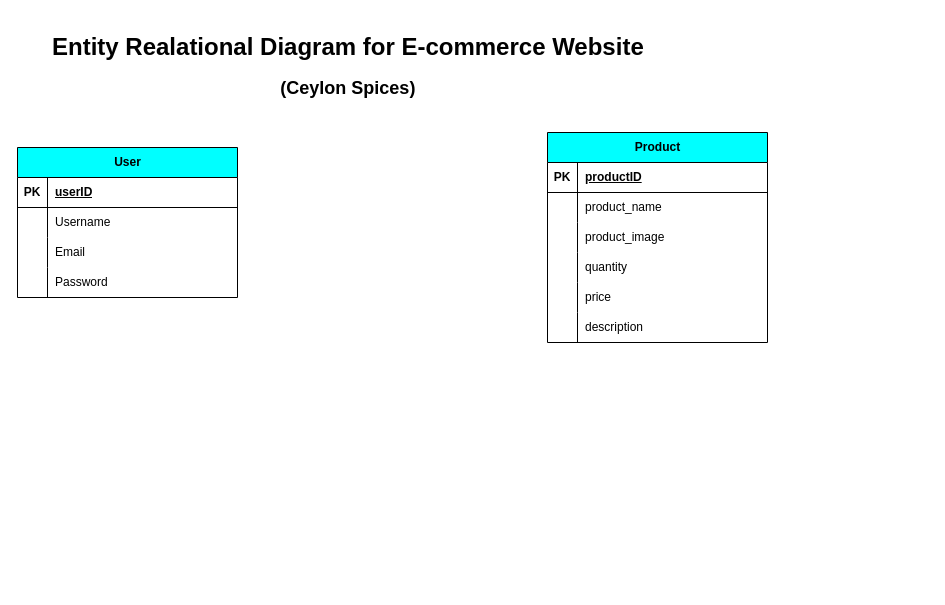
The draw.io diagram Entity Relational Digram - Ecommerce.drawio in bytecode95/Design-E-commerce-database, before the edit. Source tidied: cells renumbered, new cells numbered last; positions are measured from the earlier drawing's top-left corner, leaving out a move shared by most shapes. Both pictures are drawn from the tidied source at 100%, with x=0, y=0 at pixel (17, 27).
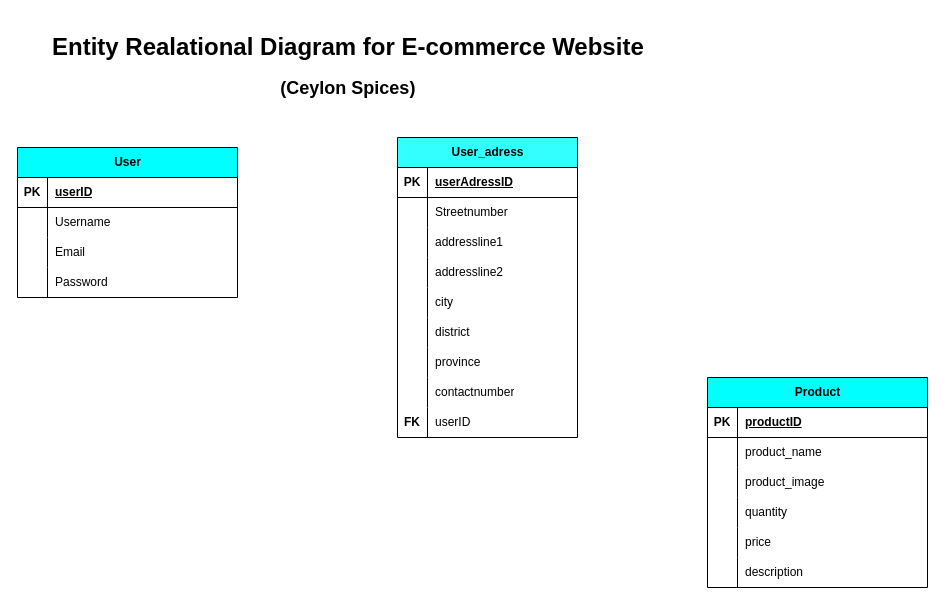
Above is the later version.

What changed in the source:
```diff
@@
     <mxCell id="16" value="Product" style="shape=table;startSize=30;childLayout=tableLayout;rowLines=0;fontStyle=1;align=center;html=1;fillColor=#00FFFF;" parent="1" vertex="1">
-      <mxGeometry x="530" y="105" width="220" height="210" as="geometry" />
+      <mxGeometry x="690" y="350" width="220" height="210" as="geometry" />
     </mxCell>
@@
+    <mxCell id="35" value="User_adress" style="shape=table;startSize=30;childLayout=tableLayout;rowLines=0;fontStyle=1;align=center;html=1;fillColor=#33FFFF;" parent="1" vertex="1">
+      <mxGeometry x="380" y="110" width="180" height="300" as="geometry" />
+    </mxCell>
+    <mxCell id="36" style="shape=tableRow;horizontal=0;startSize=0;swimlaneHead=0;swimlaneBody=0;fillColor=none;top=0;left=0;right=0;bottom=1;" parent="35" vertex="1">
+      <mxGeometry y="30" width="180" height="30" as="geometry" />
+    </mxCell>
+    <mxCell id="37" value="PK" style="shape=partialRectangle;fillColor=none;top=0;left=0;bottom=0;right=0;fontStyle=1;overflow=hidden;whiteSpace=wrap;html=1;" parent="36" vertex="1">
+      <mxGeometry width="30" height="30" as="geometry" />
+    </mxCell>
+    <mxCell id="38" value="userAdressID" style="shape=partialRectangle;fillColor=none;top=0;left=0;bottom=0;right=0;align=left;spacingLeft=6;fontStyle=5;overflow=hidden;whiteSpace=wrap;html=1;" parent="36" vertex="1">
+      <mxGeometry x="30" width="150" height="30" as="geometry" />
+    </mxCell>
+    <mxCell id="39" style="shape=tableRow;horizontal=0;startSize=0;swimlaneHead=0;swimlaneBody=0;fillColor=none;top=0;left=0;right=0;bottom=0;" parent="35" vertex="1">
+      <mxGeometry y="60" width="180" height="30" as="geometry" />
+    </mxCell>
+    <mxCell id="40" style="shape=partialRectangle;fillColor=none;top=0;left=0;bottom=0;right=0;overflow=hidden;whiteSpace=wrap;html=1;" parent="39" vertex="1">
+      <mxGeometry width="30" height="30" as="geometry" />
+    </mxCell>
+    <mxCell id="41" value="Streetnumber" style="shape=partialRectangle;fillColor=none;top=0;left=0;bottom=0;right=0;align=left;spacingLeft=6;overflow=hidden;whiteSpace=wrap;html=1;" parent="39" vertex="1">
+      <mxGeometry x="30" width="150" height="30" as="geometry" />
+    </mxCell>
+    <mxCell id="42" style="shape=tableRow;horizontal=0;startSize=0;swimlaneHead=0;swimlaneBody=0;fillColor=none;top=0;left=0;right=0;bottom=0;" parent="35" vertex="1">
+      <mxGeometry y="90" width="180" height="30" as="geometry" />
+    </mxCell>
+    <mxCell id="43" style="shape=partialRectangle;fillColor=none;top=0;left=0;bottom=0;right=0;overflow=hidden;whiteSpace=wrap;html=1;" parent="42" vertex="1">
+      <mxGeometry width="30" height="30" as="geometry" />
+    </mxCell>
+    <mxCell id="44" value="addressline1" style="shape=partialRectangle;fillColor=none;top=0;left=0;bottom=0;right=0;align=left;spacingLeft=6;overflow=hidden;whiteSpace=wrap;html=1;" parent="42" vertex="1">
+      <mxGeometry x="30" width="150" height="30" as="geometry" />
+    </mxCell>
+    <mxCell id="45" style="shape=tableRow;horizontal=0;startSize=0;swimlaneHead=0;swimlaneBody=0;fillColor=none;top=0;left=0;right=0;bottom=0;" parent="35" vertex="1">
+      <mxGeometry y="120" width="180" height="30" as="geometry" />
+    </mxCell>
+    <mxCell id="46" style="shape=partialRectangle;fillColor=none;top=0;left=0;bottom=0;right=0;overflow=hidden;whiteSpace=wrap;html=1;" parent="45" vertex="1">
+      <mxGeometry width="30" height="30" as="geometry" />
+    </mxCell>
+    <mxCell id="47" value="addressline2" style="shape=partialRectangle;fillColor=none;top=0;left=0;bottom=0;right=0;align=left;spacingLeft=6;overflow=hidden;whiteSpace=wrap;html=1;" parent="45" vertex="1">
+      <mxGeometry x="30" width="150" height="30" as="geometry" />
+    </mxCell>
+    <mxCell id="48" style="shape=tableRow;horizontal=0;startSize=0;swimlaneHead=0;swimlaneBody=0;fillColor=none;top=0;left=0;right=0;bottom=0;" parent="35" vertex="1">
+      <mxGeometry y="150" width="180" height="30" as="geometry" />
+    </mxCell>
+    <mxCell id="49" style="shape=partialRectangle;fillColor=none;top=0;left=0;bottom=0;right=0;overflow=hidden;whiteSpace=wrap;html=1;" parent="48" vertex="1">
+      <mxGeometry width="30" height="30" as="geometry" />
+    </mxCell>
+    <mxCell id="50" value="city" style="shape=partialRectangle;fillColor=none;top=0;left=0;bottom=0;right=0;align=left;spacingLeft=6;overflow=hidden;whiteSpace=wrap;html=1;" parent="48" vertex="1">
+      <mxGeometry x="30" width="150" height="30" as="geometry" />
+    </mxCell>
+    <mxCell id="51" style="shape=tableRow;horizontal=0;startSize=0;swimlaneHead=0;swimlaneBody=0;fillColor=none;top=0;left=0;right=0;bottom=0;" parent="35" vertex="1">
+      <mxGeometry y="180" width="180" height="30" as="geometry" />
+    </mxCell>
+    <mxCell id="52" style="shape=partialRectangle;fillColor=none;top=0;left=0;bottom=0;right=0;overflow=hidden;whiteSpace=wrap;html=1;" parent="51" vertex="1">
+      <mxGeometry width="30" height="30" as="geometry" />
+    </mxCell>
+    <mxCell id="53" value="district" style="shape=partialRectangle;fillColor=none;top=0;left=0;bottom=0;right=0;align=left;spacingLeft=6;overflow=hidden;whiteSpace=wrap;html=1;" parent="51" vertex="1">
+      <mxGeometry x="30" width="150" height="30" as="geometry" />
+    </mxCell>
+    <mxCell id="54" style="shape=tableRow;horizontal=0;startSize=0;swimlaneHead=0;swimlaneBody=0;fillColor=none;top=0;left=0;right=0;bottom=0;" parent="35" vertex="1">
+      <mxGeometry y="210" width="180" height="30" as="geometry" />
+    </mxCell>
+    <mxCell id="55" style="shape=partialRectangle;fillColor=none;top=0;left=0;bottom=0;right=0;overflow=hidden;whiteSpace=wrap;html=1;" parent="54" vertex="1">
+      <mxGeometry width="30" height="30" as="geometry" />
+    </mxCell>
+    <mxCell id="56" value="province" style="shape=partialRectangle;fillColor=none;top=0;left=0;bottom=0;right=0;align=left;spacingLeft=6;overflow=hidden;whiteSpace=wrap;html=1;" parent="54" vertex="1">
+      <mxGeometry x="30" width="150" height="30" as="geometry" />
+    </mxCell>
+    <mxCell id="57" style="shape=tableRow;horizontal=0;startSize=0;swimlaneHead=0;swimlaneBody=0;fillColor=none;top=0;left=0;right=0;bottom=0;" parent="35" vertex="1">
+      <mxGeometry y="240" width="180" height="30" as="geometry" />
+    </mxCell>
+    <mxCell id="58" style="shape=partialRectangle;fillColor=none;top=0;left=0;bottom=0;right=0;overflow=hidden;whiteSpace=wrap;html=1;" parent="57" vertex="1">
+      <mxGeometry width="30" height="30" as="geometry" />
+    </mxCell>
+    <mxCell id="59" value="contactnumber" style="shape=partialRectangle;fillColor=none;top=0;left=0;bottom=0;right=0;align=left;spacingLeft=6;overflow=hidden;whiteSpace=wrap;html=1;" parent="57" vertex="1">
+      <mxGeometry x="30" width="150" height="30" as="geometry" />
+    </mxCell>
+    <mxCell id="60" style="shape=tableRow;horizontal=0;startSize=0;swimlaneHead=0;swimlaneBody=0;fillColor=none;top=0;left=0;right=0;bottom=0;" parent="35" vertex="1">
+      <mxGeometry y="270" width="180" height="30" as="geometry" />
+    </mxCell>
+    <mxCell id="61" value="&lt;b&gt;FK&lt;/b&gt;" style="shape=partialRectangle;fillColor=none;top=0;left=0;bottom=0;right=0;overflow=hidden;whiteSpace=wrap;html=1;" parent="60" vertex="1">
+      <mxGeometry width="30" height="30" as="geometry" />
+    </mxCell>
+    <mxCell id="62" value="userID" style="shape=partialRectangle;fillColor=none;top=0;left=0;bottom=0;right=0;align=left;spacingLeft=6;overflow=hidden;whiteSpace=wrap;html=1;" parent="60" vertex="1">
+      <mxGeometry x="30" width="150" height="30" as="geometry" />
+    </mxCell>
```
